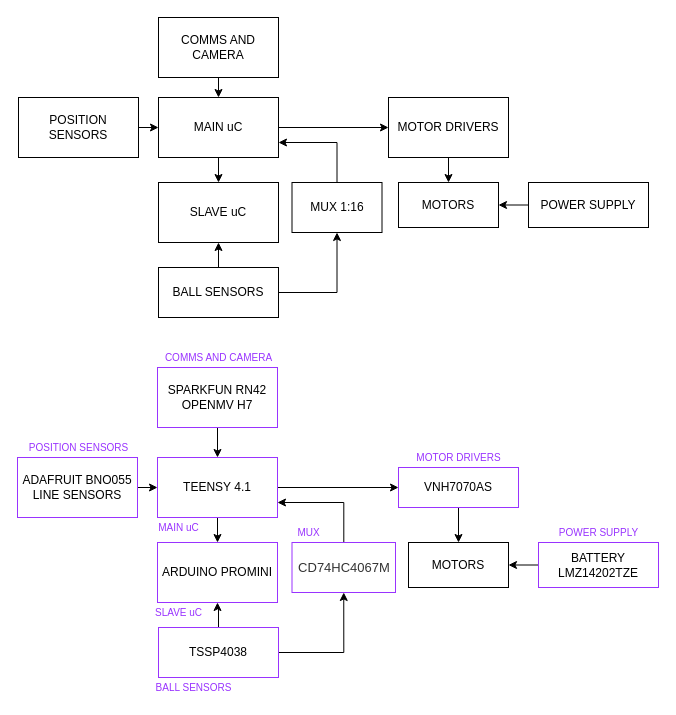
This is project/Pics/BLOCKDIAGRAMV1.1.drawio from u-siri-ous/teensy41_testpcb, a draw.io file, before an edit. Source tidied: cells renumbered, new cells numbered last; positions are measured from the earlier drawing's top-left corner, leaving out a move shared by most shapes. Both pictures are drawn from the tidied source at 100%, with x=0, y=0 at pixel (17, 17).
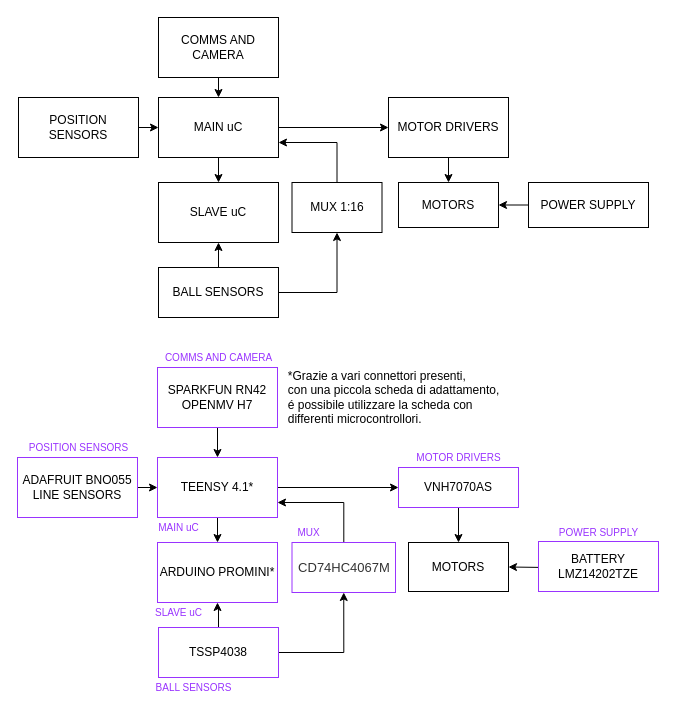
Above is the later version.

The edit, as a diff of the source:
```diff
@@
-    <mxCell id="20" value="TEENSY 4.1" style="rounded=0;whiteSpace=wrap;html=1;strokeColor=#9933FF;" parent="1" vertex="1">
+    <mxCell id="20" value="TEENSY 4.1*" style="rounded=0;whiteSpace=wrap;html=1;strokeColor=#9933FF;" parent="1" vertex="1">
       <mxGeometry x="140" y="440" width="120" height="60" as="geometry" />
     </mxCell>
-    <mxCell id="21" value="ARDUINO PROMINI" style="rounded=0;whiteSpace=wrap;html=1;strokeColor=#9933FF;" parent="1" vertex="1">
+    <mxCell id="21" value="ARDUINO PROMINI*" style="rounded=0;whiteSpace=wrap;html=1;strokeColor=#9933FF;" parent="1" vertex="1">
       <mxGeometry x="140" y="525" width="120" height="60" as="geometry" />
     </mxCell>
@@
     <mxCell id="29" value="MOTORS" style="rounded=0;whiteSpace=wrap;html=1;" parent="1" vertex="1">
-      <mxGeometry x="391" y="525" width="100" height="45" as="geometry" />
+      <mxGeometry x="391" y="525" width="100" height="49" as="geometry" />
     </mxCell>
     <mxCell id="30" style="edgeStyle=orthogonalEdgeStyle;rounded=0;jettySize=auto;html=1;exitX=0;exitY=0.5;exitDx=0;exitDy=0;entryX=1;entryY=0.5;entryDx=0;entryDy=0;" parent="1" edge="1" source="31" target="29">
-      <mxGeometry relative="1" as="geometry" />
+      <mxGeometry relative="1" as="geometry">
+        <Array as="points">
+          <mxPoint x="521" y="550" />
+          <mxPoint x="530" y="550" />
+        </Array>
+      </mxGeometry>
     </mxCell>
     <mxCell id="31" value="BATTERY&lt;br&gt;LMZ14202TZE" style="rounded=0;whiteSpace=wrap;html=1;strokeColor=#9933FF;" parent="1" vertex="1">
-      <mxGeometry x="521" y="525" width="120" height="45" as="geometry" />
+      <mxGeometry x="521" y="524" width="120" height="50" as="geometry" />
     </mxCell>
@@
+    <mxCell id="46" value="&lt;div style=&quot;text-align: left&quot;&gt;&lt;span&gt;*Grazie a vari connettori presenti,&lt;/span&gt;&lt;/div&gt;&lt;div style=&quot;text-align: left&quot;&gt;&lt;span&gt;con una piccola scheda di adattamento,&lt;/span&gt;&lt;/div&gt;&lt;div style=&quot;text-align: left&quot;&gt;&lt;span&gt;é possibile utilizzare la scheda con&amp;nbsp;&lt;br&gt;&lt;/span&gt;&lt;/div&gt;&lt;div style=&quot;text-align: left&quot;&gt;&lt;span&gt;differenti microcontrollori.&lt;/span&gt;&lt;/div&gt;" style="text;html=1;align=center;verticalAlign=middle;strokeColor=none;" parent="1" vertex="1">
+      <mxGeometry x="261" y="350" width="230" height="60" as="geometry" />
+    </mxCell>
```
